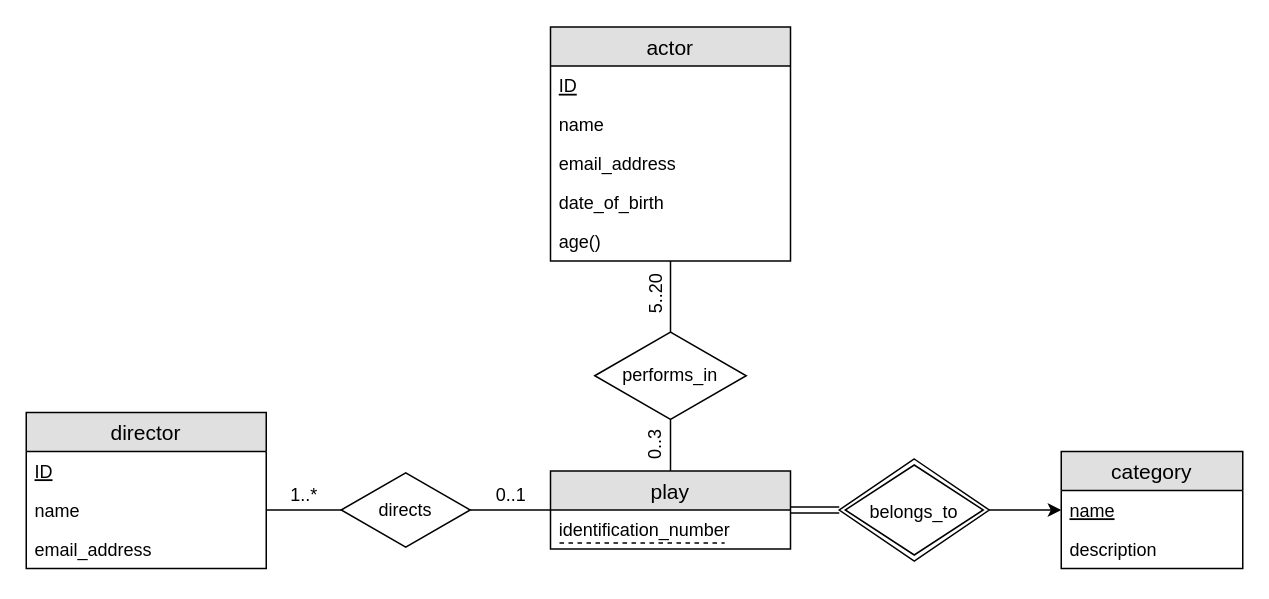
Before: page "Page-3" (3 of 4) of Untitled Diagram.drawio in RomolaZhang/Databases, a draw.io diagram. Source tidied: cells renumbered, new cells numbered last; positions are measured from the earlier drawing's top-left corner, leaving out a move shared by most shapes. Both pictures are drawn from the tidied source at 150%, with x=0, y=0 at pixel (26, 26).
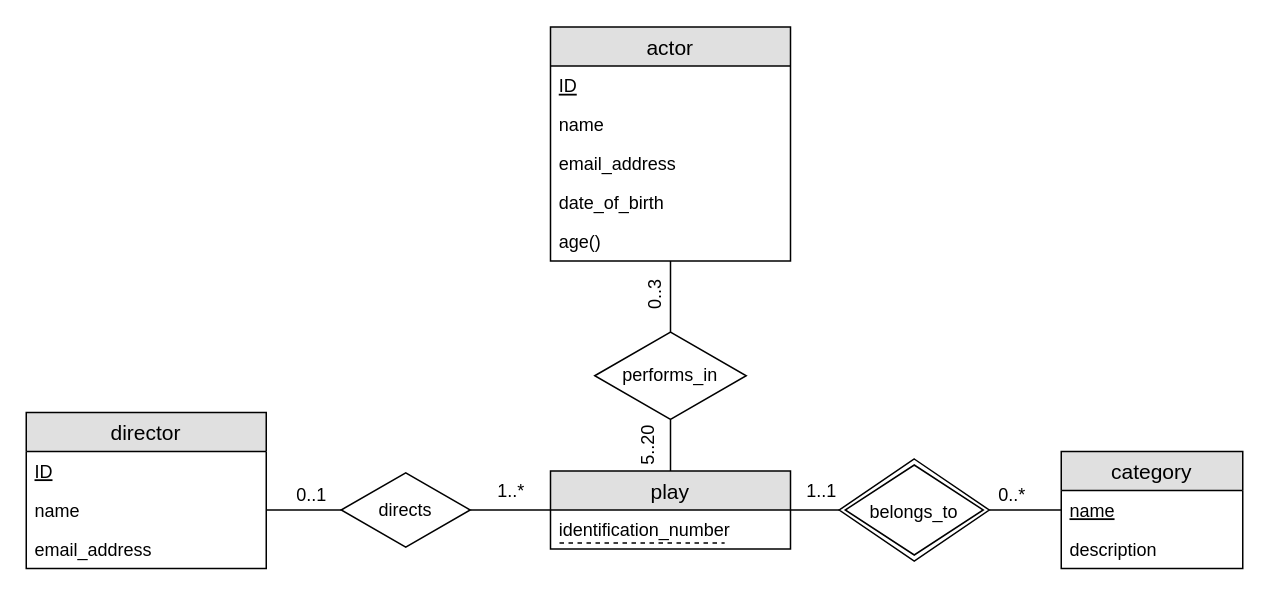
The same page after the edit.

The change refers to these unchanged cells:
```xml
<mxCell id="14" value="name" style="text;strokeColor=none;fillColor=none;spacingLeft=4;spacingRight=4;overflow=hidden;points=[[0,0.5],[1,0.5]];portConstraint=eastwest;fontSize=12;fontStyle=4;" parent="13" vertex="1">
  <mxGeometry y="26" width="121" height="26" as="geometry" />
</mxCell>
<mxCell id="18" value="play" style="swimlane;fontStyle=0;horizontal=1;startSize=26;fillColor=#e0e0e0;swimlaneFillColor=#ffffff;align=center;fontSize=14;strokeColor=#000000;strokeWidth=1;" parent="1" vertex="1">
  <mxGeometry x="349.5" y="296.5" width="160" height="52" as="geometry" />
</mxCell>
<mxCell id="22" value="&lt;font style=&quot;font-size: 12px&quot;&gt;belongs_to&lt;/font&gt;" style="shape=rhombus;double=1;strokeWidth=1;fontSize=17;perimeter=rhombusPerimeter;whiteSpace=wrap;html=1;align=center;fontSize=14;fillColor=#ffffff;" parent="1" vertex="1">
  <mxGeometry x="542" y="288.5" width="100" height="68" as="geometry" />
</mxCell>
```

What changed in the source:
```diff
@@
-    <mxCell id="16" style="edgeStyle=orthogonalEdgeStyle;rounded=0;jettySize=auto;html=1;endArrow=none;endFill=0;shape=link;" parent="1" edge="1" source="18" target="22">
+    <mxCell id="16" style="edgeStyle=orthogonalEdgeStyle;rounded=0;jettySize=auto;html=1;endArrow=none;endFill=0;" parent="1" edge="1" source="18" target="22">
       <mxGeometry relative="1" as="geometry" />
     </mxCell>
@@
-    <mxCell id="21" style="edgeStyle=orthogonalEdgeStyle;rounded=0;jettySize=auto;html=1;endArrow=classic;endFill=1;" parent="1" edge="1" source="22" target="14">
+    <mxCell id="21" style="edgeStyle=orthogonalEdgeStyle;rounded=0;jettySize=auto;html=1;endArrow=none;endFill=0;" parent="1" edge="1" source="22" target="14">
       <mxGeometry relative="1" as="geometry" />
     </mxCell>
@@
     <mxCell id="25" value="5..20" style="text;html=1;align=center;verticalAlign=middle;fillColor=none;strokeColor=none;rounded=0;rotation=-90;" parent="1" vertex="1">
-      <mxGeometry x="399.5" y="169.5" width="40" height="20" as="geometry" />
+      <mxGeometry x="395" y="270" width="40" height="20" as="geometry" />
     </mxCell>
     <mxCell id="26" value="0..3" style="text;html=1;align=center;verticalAlign=middle;fillColor=none;strokeColor=none;rounded=0;rotation=-90;" parent="1" vertex="1">
-      <mxGeometry x="399.5" y="270" width="40" height="20" as="geometry" />
+      <mxGeometry x="399" y="169.5" width="40" height="20" as="geometry" />
     </mxCell>
@@
     <mxCell id="28" value="1..*" style="text;html=1;align=center;verticalAlign=middle;fillColor=none;strokeColor=none;rounded=0;" parent="1" vertex="1">
-      <mxGeometry x="170" y="302.5" width="30" height="20" as="geometry" />
+      <mxGeometry x="308" y="299.5" width="30" height="20" as="geometry" />
     </mxCell>
     <mxCell id="29" value="0..1" style="text;html=1;align=center;verticalAlign=middle;fillColor=none;strokeColor=none;rounded=0;" parent="1" vertex="1">
-      <mxGeometry x="303" y="302.5" width="40" height="20" as="geometry" />
+      <mxGeometry x="170" y="302.5" width="40" height="20" as="geometry" />
     </mxCell>
@@
+    <mxCell id="31" value="0..*" style="text;html=1;align=center;verticalAlign=middle;fillColor=none;strokeColor=none;rounded=0;" parent="1" vertex="1">
+      <mxGeometry x="642" y="302.5" width="30" height="20" as="geometry" />
+    </mxCell>
+    <mxCell id="32" value="1..1" style="text;html=1;align=center;verticalAlign=middle;fillColor=none;strokeColor=none;rounded=0;" parent="1" vertex="1">
+      <mxGeometry x="509.5" y="299.5" width="40" height="20" as="geometry" />
+    </mxCell>
```
